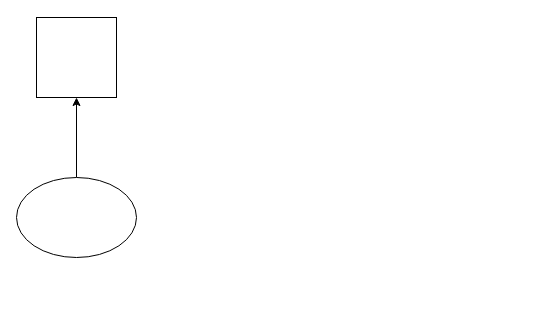
This is src/main/resources/diagram/arquiteturaProjeto.drawio from carlospc1978/sboot-restAPIdoZeroAoCRUD, a draw.io file, before an edit. Source tidied: cells renumbered, new cells numbered last; positions are measured from the earlier drawing's top-left corner, leaving out a move shared by most shapes. Both pictures are drawn from the tidied source at 100%, with x=0, y=0 at pixel (16, 17).
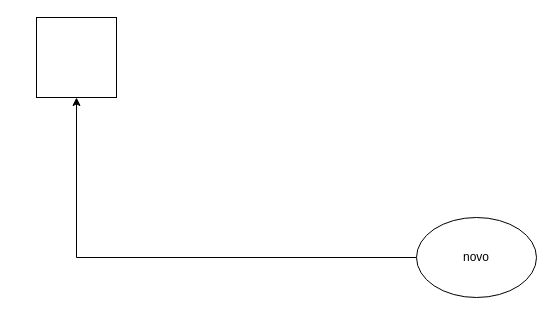
Above is the later version.

Change to the diagram source:
```diff
@@
 <mxGraphModel>
   <root>
     <mxCell id="0" />
     <mxCell id="1" parent="0" />
     <mxCell id="2" style="whiteSpace=wrap;html=1;" parent="1" vertex="1">
       <mxGeometry x="20" width="80" height="80" as="geometry" />
     </mxCell>
     <mxCell id="3" style="edgeStyle=orthogonalEdgeStyle;rounded=0;jettySize=auto;html=1;" parent="1" edge="1" source="4" target="2">
       <mxGeometry relative="1" as="geometry" />
     </mxCell>
-    <mxCell id="4" style="ellipse;whiteSpace=wrap;html=1;" parent="1" vertex="1">
-      <mxGeometry y="160" width="120" height="80" as="geometry" />
+    <mxCell id="4" value="novo" style="ellipse;whiteSpace=wrap;html=1;" parent="1" vertex="1">
+      <mxGeometry x="400" y="200" width="120" height="80" as="geometry" />
     </mxCell>
   </root>
 </mxGraphModel>
```
